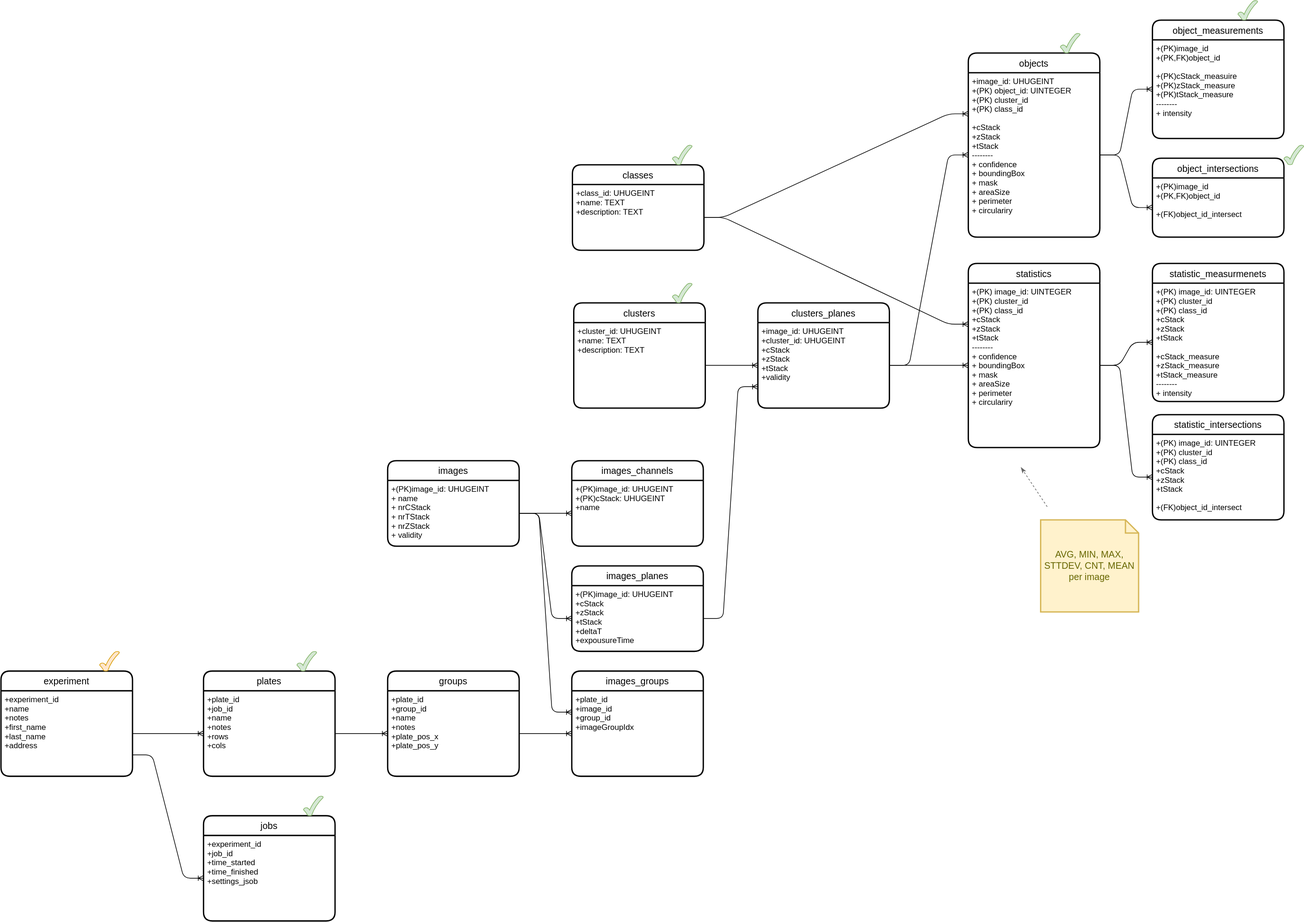
This is doc/database_schema_new.drawio.svg from joda01/imagec, a draw.io export, as it was before one commit. Source tidied: cells renumbered, new cells last; positions are measured from the earlier drawing's top-left corner, leaving out a move shared by most shapes.
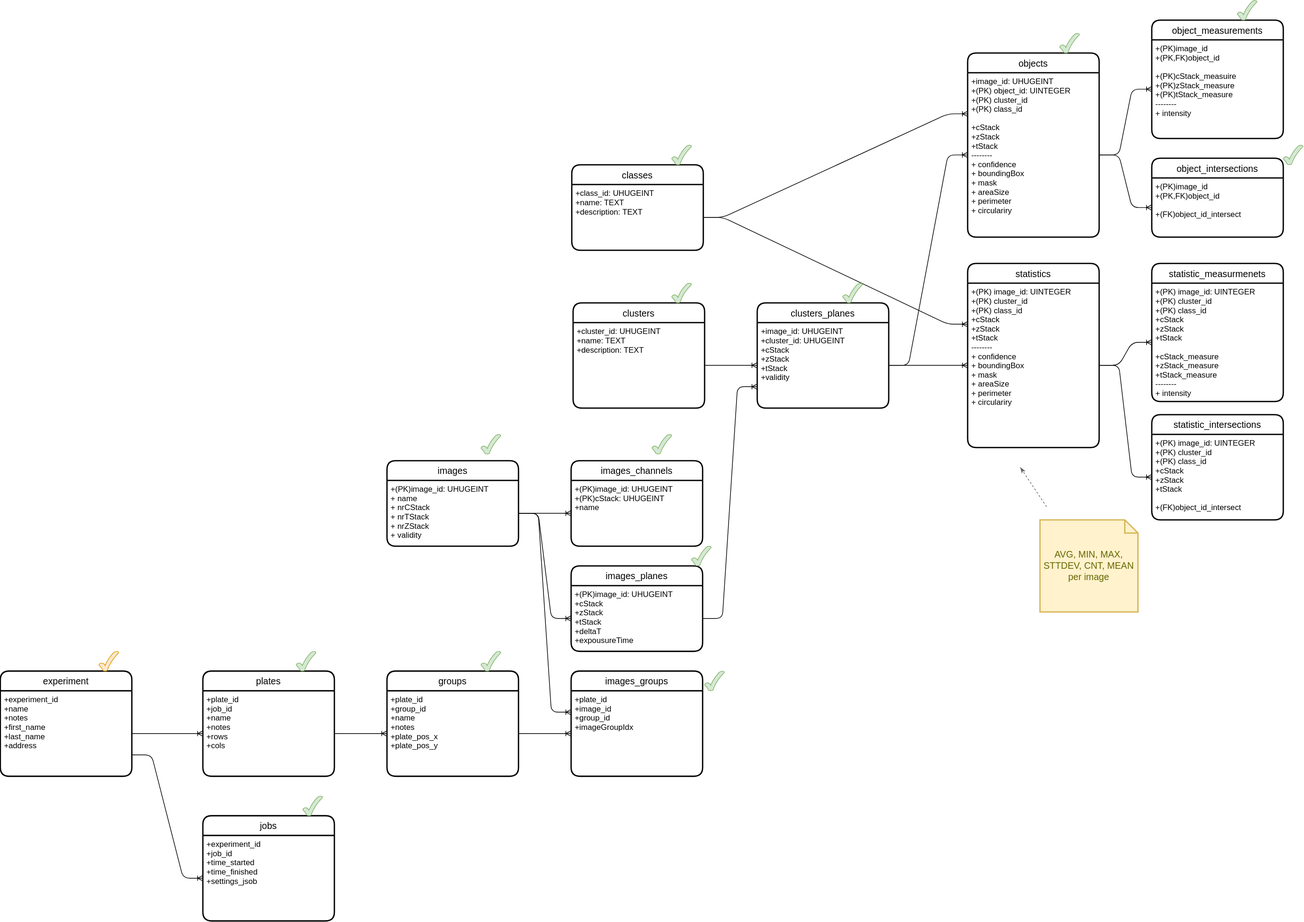
After the commit.

Commit message:
chore: Added all database tables

Change to the diagram source:
```diff
@@ -188,5 +188,23 @@
     <mxCell id="62" style="verticalLabelPosition=bottom;verticalAlign=top;html=1;shape=mxgraph.basic.tick;fillColor=#ffe6cc;strokeColor=#d79b00;" parent="1" vertex="1">
       <mxGeometry x="150" y="990" width="30" height="30" as="geometry" />
     </mxCell>
+    <mxCell id="63" style="verticalLabelPosition=bottom;verticalAlign=top;html=1;shape=mxgraph.basic.tick;fillColor=#d5e8d4;strokeColor=#82b366;" parent="1" vertex="1">
+      <mxGeometry x="731" y="990" width="30" height="30" as="geometry" />
+    </mxCell>
+    <mxCell id="64" style="verticalLabelPosition=bottom;verticalAlign=top;html=1;shape=mxgraph.basic.tick;fillColor=#d5e8d4;strokeColor=#82b366;" parent="1" vertex="1">
+      <mxGeometry x="1071" y="1020" width="30" height="30" as="geometry" />
+    </mxCell>
+    <mxCell id="65" style="verticalLabelPosition=bottom;verticalAlign=top;html=1;shape=mxgraph.basic.tick;fillColor=#d5e8d4;strokeColor=#82b366;" parent="1" vertex="1">
+      <mxGeometry x="731" y="660" width="30" height="30" as="geometry" />
+    </mxCell>
+    <mxCell id="66" style="verticalLabelPosition=bottom;verticalAlign=top;html=1;shape=mxgraph.basic.tick;fillColor=#d5e8d4;strokeColor=#82b366;" parent="1" vertex="1">
+      <mxGeometry x="991" y="660" width="30" height="30" as="geometry" />
+    </mxCell>
+    <mxCell id="67" style="verticalLabelPosition=bottom;verticalAlign=top;html=1;shape=mxgraph.basic.tick;fillColor=#d5e8d4;strokeColor=#82b366;" parent="1" vertex="1">
+      <mxGeometry x="1051" y="830" width="30" height="30" as="geometry" />
+    </mxCell>
+    <mxCell id="68" style="verticalLabelPosition=bottom;verticalAlign=top;html=1;shape=mxgraph.basic.tick;fillColor=#d5e8d4;strokeColor=#82b366;" parent="1" vertex="1">
+      <mxGeometry x="1281" y="430" width="30" height="30" as="geometry" />
+    </mxCell>
   </root>
 </mxGraphModel>
```
